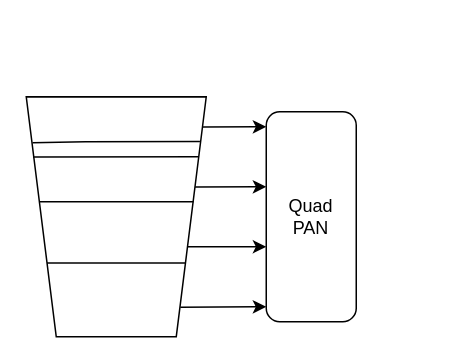
ThrowYouARem/d2l-zh keeps this draw.io diagram as 未命名绘图.drawio. Above is the earlier version. Source tidied: cells renumbered, new cells numbered last; positions are measured from the earlier drawing's top-left corner, leaving out a move shared by most shapes. Both pictures are drawn from the tidied source at 150%, with x=0, y=0 at pixel (26, 96).
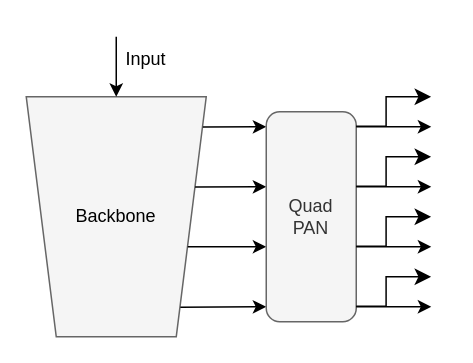
Above is the later version.

Commit message:
更新未命名绘图.drawio

Diff of the diagram source:
```diff
@@
-    <mxCell id="2" style="shape=trapezoid;perimeter=trapezoidPerimeter;whiteSpace=wrap;html=1;fixedSize=1;rotation=-180;align=center;" parent="1" vertex="1">
+    <mxCell id="2" style="shape=trapezoid;perimeter=trapezoidPerimeter;whiteSpace=wrap;html=1;fixedSize=1;rotation=-180;align=center;fillColor=#f5f5f5;strokeColor=#666666;fontColor=#333333;" parent="1" vertex="1">
       <mxGeometry width="120" height="160" as="geometry" />
     </mxCell>
@@
-    <mxCell id="7" value="Quad&lt;div&gt;PAN&lt;/div&gt;" style="rounded=1;whiteSpace=wrap;html=1;" parent="1" vertex="1">
+    <mxCell id="7" value="Quad&lt;div&gt;PAN&lt;/div&gt;" style="rounded=1;whiteSpace=wrap;html=1;fillColor=#f5f5f5;strokeColor=#666666;fontColor=#333333;" parent="1" vertex="1">
       <mxGeometry x="160" y="10" width="60" height="140" as="geometry" />
     </mxCell>
-    <mxCell id="8" style="endArrow=none;html=1;rounded=0;exitX=0.962;exitY=0.749;exitDx=0;exitDy=0;exitPerimeter=0;entryX=0.042;entryY=0.75;entryDx=0;entryDy=0;entryPerimeter=0;" parent="1" edge="1" source="2" target="2">
-      <mxGeometry relative="1" as="geometry" />
-    </mxCell>
@@
-    <mxCell id="10" style="endArrow=none;html=1;rounded=0;entryX=0.03;entryY=0.814;entryDx=0;entryDy=0;entryPerimeter=0;exitX=0.96;exitY=0.809;exitDx=0;exitDy=0;exitPerimeter=0;" parent="1" edge="1">
-      <mxGeometry relative="1" as="geometry">
-        <mxPoint x="4.2" y="30.6" as="sourcePoint" />
-        <mxPoint x="115.8" y="29.8" as="targetPoint" />
-        <Array as="points">
-          <mxPoint x="39.4" y="30" />
-        </Array>
-      </mxGeometry>
-    </mxCell>
-    <mxCell id="11" style="endArrow=none;html=1;rounded=0;entryX=0;entryY=0.25;entryDx=0;entryDy=0;exitX=1;exitY=0.25;exitDx=0;exitDy=0;" parent="1" edge="1" source="2" target="2">
-      <mxGeometry relative="1" as="geometry" />
-    </mxCell>
-    <mxCell id="12" style="endArrow=none;html=1;rounded=0;exitX=0.928;exitY=0.562;exitDx=0;exitDy=0;exitPerimeter=0;entryX=0.071;entryY=0.563;entryDx=0;entryDy=0;entryPerimeter=0;" parent="1" edge="1" source="2" target="2">
-      <mxGeometry relative="1" as="geometry" />
-    </mxCell>
-    <mxCell id="13" style="endArrow=none;html=1;rounded=0;" parent="1" edge="1">
-      <mxGeometry relative="1" as="geometry">
-        <mxPoint as="sourcePoint" />
-        <mxPoint x="120" as="targetPoint" />
-      </mxGeometry>
-    </mxCell>
+    <mxCell id="14" value="Backbone" style="text;html=1;align=center;verticalAlign=middle;whiteSpace=wrap;rounded=0;" parent="1" vertex="1">
+      <mxGeometry x="30" y="65" width="60" height="30" as="geometry" />
+    </mxCell>
+    <mxCell id="15" style="endArrow=classic;html=1;rounded=0;entryX=0.5;entryY=1;entryDx=0;entryDy=0;" parent="1" edge="1" target="2">
+      <mxGeometry relative="1" as="geometry">
+        <mxPoint x="60" y="-40" as="sourcePoint" />
+      </mxGeometry>
+    </mxCell>
+    <mxCell id="16" value="Input" style="text;html=1;align=center;verticalAlign=middle;whiteSpace=wrap;rounded=0;" parent="1" vertex="1">
+      <mxGeometry x="50" y="-40" width="60" height="30" as="geometry" />
+    </mxCell>
+    <mxCell id="17" style="edgeStyle=elbowEdgeStyle;elbow=horizontal;endArrow=classic;html=1;curved=0;rounded=0;endSize=8;startSize=8;exitX=1.001;exitY=0.354;exitDx=0;exitDy=0;exitPerimeter=0;" parent="1" edge="1">
+      <mxGeometry relative="1" as="geometry">
+        <mxPoint x="220" y="19.6" as="sourcePoint" />
+        <mxPoint x="269.9" as="targetPoint" />
+        <Array as="points">
+          <mxPoint x="239.9" y="10" />
+        </Array>
+      </mxGeometry>
+    </mxCell>
+    <mxCell id="18" style="endArrow=classic;html=1;rounded=0;" parent="1" edge="1">
+      <mxGeometry relative="1" as="geometry">
+        <mxPoint x="220" y="20" as="sourcePoint" />
+        <mxPoint x="270" y="20" as="targetPoint" />
+      </mxGeometry>
+    </mxCell>
+    <mxCell id="19" style="edgeStyle=elbowEdgeStyle;elbow=horizontal;endArrow=classic;html=1;curved=0;rounded=0;endSize=8;startSize=8;exitX=1.001;exitY=0.354;exitDx=0;exitDy=0;exitPerimeter=0;" parent="1" edge="1">
+      <mxGeometry relative="1" as="geometry">
+        <mxPoint x="220" y="59.6" as="sourcePoint" />
+        <mxPoint x="269.9" y="40" as="targetPoint" />
+        <Array as="points">
+          <mxPoint x="239.9" y="50" />
+        </Array>
+      </mxGeometry>
+    </mxCell>
+    <mxCell id="20" style="endArrow=classic;html=1;rounded=0;" parent="1" edge="1">
+      <mxGeometry relative="1" as="geometry">
+        <mxPoint x="220" y="60" as="sourcePoint" />
+        <mxPoint x="270" y="60" as="targetPoint" />
+      </mxGeometry>
+    </mxCell>
+    <mxCell id="21" style="edgeStyle=elbowEdgeStyle;elbow=horizontal;endArrow=classic;html=1;curved=0;rounded=0;endSize=8;startSize=8;exitX=1.001;exitY=0.354;exitDx=0;exitDy=0;exitPerimeter=0;" parent="1" edge="1">
+      <mxGeometry relative="1" as="geometry">
+        <mxPoint x="220" y="99.6" as="sourcePoint" />
+        <mxPoint x="269.9" y="80" as="targetPoint" />
+        <Array as="points">
+          <mxPoint x="239.9" y="90" />
+        </Array>
+      </mxGeometry>
+    </mxCell>
+    <mxCell id="22" style="endArrow=classic;html=1;rounded=0;" parent="1" edge="1">
+      <mxGeometry relative="1" as="geometry">
+        <mxPoint x="220" y="100" as="sourcePoint" />
+        <mxPoint x="270" y="100" as="targetPoint" />
+      </mxGeometry>
+    </mxCell>
+    <mxCell id="23" style="edgeStyle=elbowEdgeStyle;elbow=horizontal;endArrow=classic;html=1;curved=0;rounded=0;endSize=8;startSize=8;exitX=1.001;exitY=0.354;exitDx=0;exitDy=0;exitPerimeter=0;" parent="1" edge="1">
+      <mxGeometry relative="1" as="geometry">
+        <mxPoint x="220" y="139.6" as="sourcePoint" />
+        <mxPoint x="269.9" y="120" as="targetPoint" />
+        <Array as="points">
+          <mxPoint x="239.9" y="130" />
+        </Array>
+      </mxGeometry>
+    </mxCell>
+    <mxCell id="24" style="endArrow=classic;html=1;rounded=0;" parent="1" edge="1">
+      <mxGeometry relative="1" as="geometry">
+        <mxPoint x="220" y="140" as="sourcePoint" />
+        <mxPoint x="270" y="140" as="targetPoint" />
+      </mxGeometry>
+    </mxCell>
```
